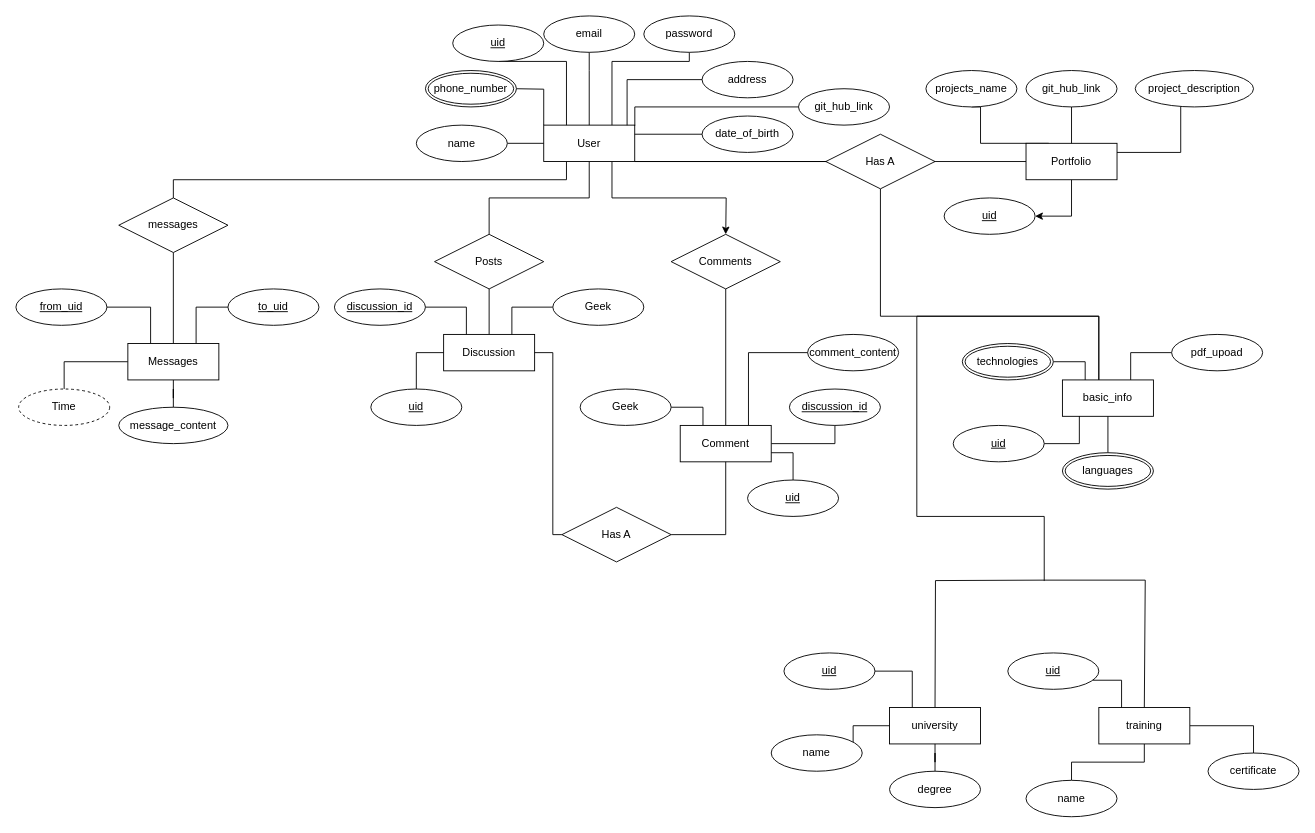
The draw.io diagram Diagrams/er.drawio in sushantbramhacharya/CodeConnect, before the edit. Source tidied: cells renumbered, new cells numbered last; positions are measured from the earlier drawing's top-left corner, leaving out a move shared by most shapes. Both pictures are drawn from the tidied source at 91%, with x=0, y=0 at pixel (15, 15).
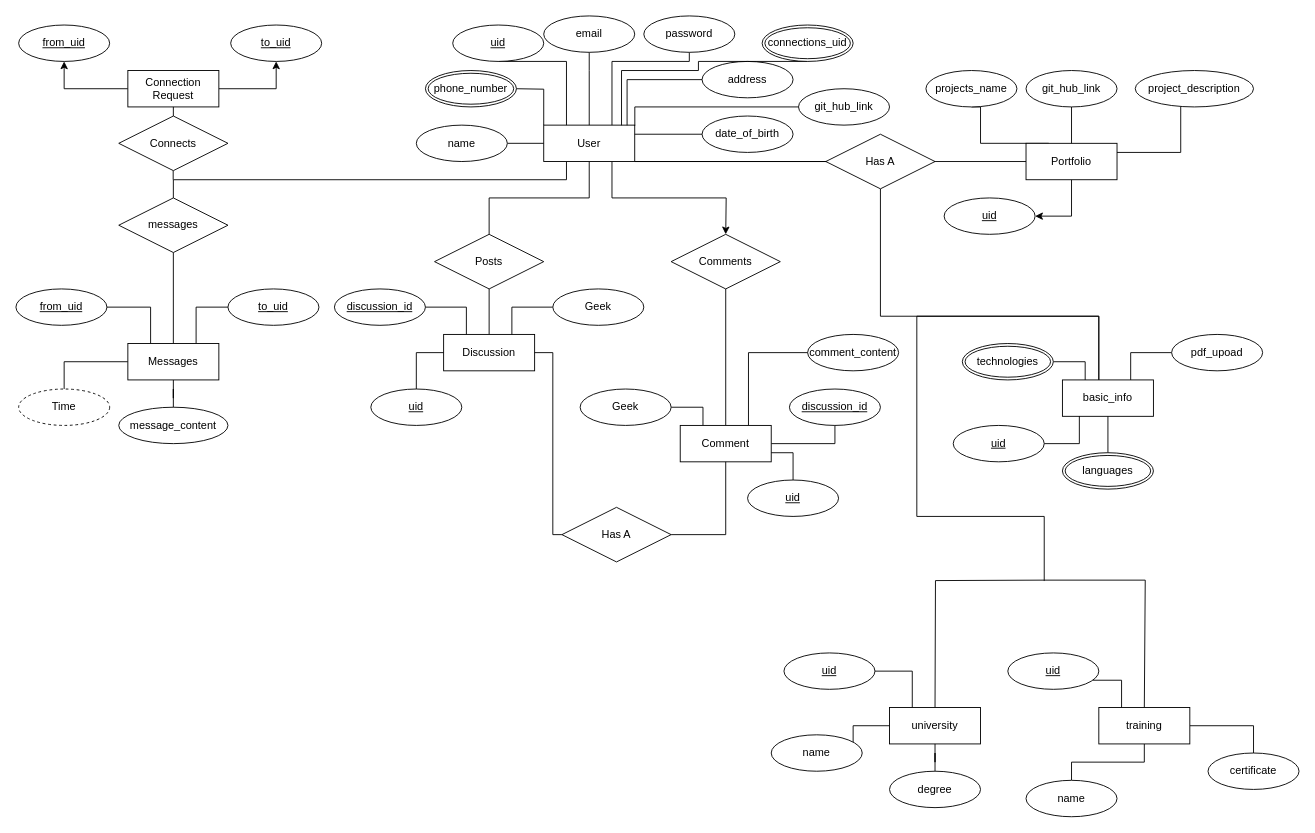
After the change.

Commit message:
er diagram resolved with connection

The change refers to these unchanged cells:
```xml
<mxCell id="6" value="User" style="whiteSpace=wrap;html=1;align=center;" parent="1" vertex="1">
  <mxGeometry x="580" y="120" width="100" height="40" as="geometry" />
</mxCell>
```

What changed in the source:
```diff
@@
+    <mxCell id="95" style="edgeStyle=orthogonalEdgeStyle;rounded=0;jettySize=auto;html=1;endArrow=none;endFill=0;" parent="1" edge="1" source="102">
+      <mxGeometry relative="1" as="geometry">
+        <mxPoint x="173" y="100" as="targetPoint" />
+      </mxGeometry>
+    </mxCell>
+    <mxCell id="96" style="edgeStyle=orthogonalEdgeStyle;rounded=0;jettySize=auto;html=1;entryX=0.5;entryY=1;entryDx=0;entryDy=0;" parent="1" edge="1" source="98" target="99">
+      <mxGeometry relative="1" as="geometry" />
+    </mxCell>
+    <mxCell id="97" style="edgeStyle=orthogonalEdgeStyle;rounded=0;jettySize=auto;html=1;" parent="1" edge="1" source="98" target="100">
+      <mxGeometry relative="1" as="geometry" />
+    </mxCell>
+    <mxCell id="98" value="Connection Request" style="whiteSpace=wrap;html=1;align=center;" parent="1" vertex="1">
+      <mxGeometry x="123" y="60" width="100" height="40" as="geometry" />
+    </mxCell>
+    <mxCell id="99" value="&lt;u&gt;from_uid&lt;/u&gt;" style="ellipse;whiteSpace=wrap;html=1;align=center;" parent="1" vertex="1">
+      <mxGeometry x="3" y="10" width="100" height="40" as="geometry" />
+    </mxCell>
+    <mxCell id="100" value="&lt;u&gt;to_uid&lt;/u&gt;" style="ellipse;whiteSpace=wrap;html=1;align=center;" parent="1" vertex="1">
+      <mxGeometry x="236" y="10" width="100" height="40" as="geometry" />
+    </mxCell>
+    <mxCell id="101" style="edgeStyle=orthogonalEdgeStyle;rounded=0;jettySize=auto;html=1;endArrow=none;endFill=0;" parent="1" edge="1" target="102">
+      <mxGeometry relative="1" as="geometry">
+        <mxPoint x="172.8" y="180" as="sourcePoint" />
+        <Array as="points">
+          <mxPoint x="172.8" y="160" />
+        </Array>
+      </mxGeometry>
+    </mxCell>
+    <mxCell id="102" value="Connects" style="shape=rhombus;perimeter=rhombusPerimeter;whiteSpace=wrap;html=1;align=center;" parent="1" vertex="1">
+      <mxGeometry x="113" y="110" width="120" height="60" as="geometry" />
+    </mxCell>
+    <mxCell id="103" style="edgeStyle=orthogonalEdgeStyle;rounded=0;jettySize=auto;html=1;entryX=0.855;entryY=0.005;entryDx=0;entryDy=0;entryPerimeter=0;endArrow=none;endFill=0;" parent="1" edge="1" source="104" target="6">
+      <mxGeometry relative="1" as="geometry">
+        <Array as="points">
+          <mxPoint x="750" y="50" />
+          <mxPoint x="750" y="60" />
+          <mxPoint x="665" y="60" />
+        </Array>
+      </mxGeometry>
+    </mxCell>
+    <mxCell id="104" value="connections_uid" style="ellipse;shape=doubleEllipse;margin=3;whiteSpace=wrap;html=1;align=center;" parent="1" vertex="1">
+      <mxGeometry x="820" y="10" width="100" height="40" as="geometry" />
+    </mxCell>
```
